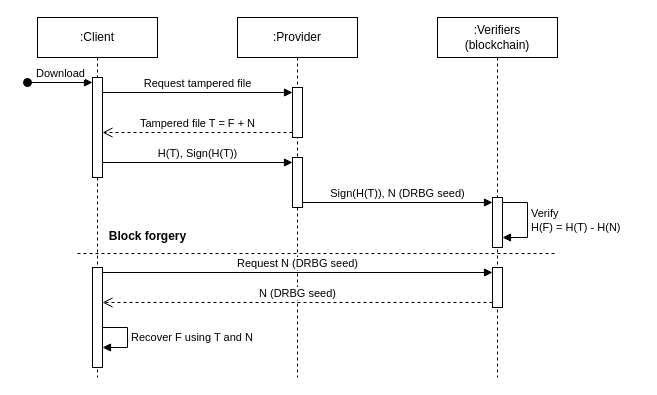
The draw.io diagram docs/diagrams/fhe-pdpr-seq.drawio in titosilva/drm-blockchain, before the edit. Source tidied: cells renumbered, new cells numbered last; positions are measured from the earlier drawing's top-left corner, leaving out a move shared by most shapes. Both pictures are drawn from the tidied source at 100%, with x=0, y=0 at pixel (27, 17).
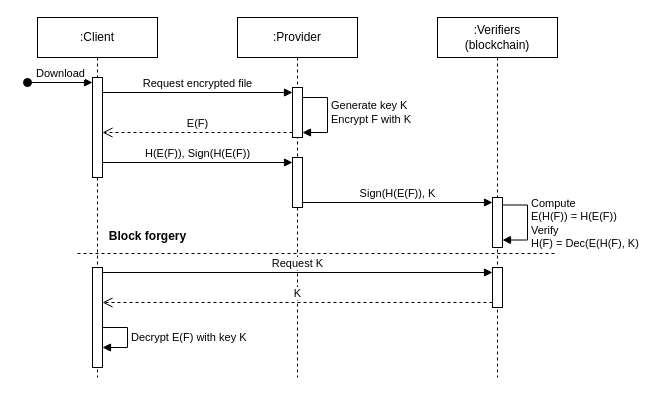
The same diagram, later.

The change refers to these unchanged cells:
```xml
<mxCell id="2" value=":Provider" style="shape=umlLifeline;perimeter=lifelinePerimeter;whiteSpace=wrap;html=1;newEdgeStyle={&quot;edgeStyle&quot;:&quot;elbowEdgeStyle&quot;,&quot;elbow&quot;:&quot;vertical&quot;,&quot;curved&quot;:0,&quot;rounded&quot;:0};" parent="1" vertex="1">
  <mxGeometry x="210" width="120" height="360" as="geometry" />
</mxCell>
<mxCell id="3" style="html=1;points=[[0,0,0,0,5],[0,1,0,0,-5],[1,0,0,0,5],[1,1,0,0,-5]];perimeter=orthogonalPerimeter;outlineConnect=0;targetShapes=umlLifeline;portConstraint=eastwest;newEdgeStyle={&quot;curved&quot;:0,&quot;rounded&quot;:0};" parent="2" vertex="1">
  <mxGeometry x="55" y="70" width="10" height="50" as="geometry" />
</mxCell>
<mxCell id="4" style="html=1;points=[[0,0,0,0,5],[0,1,0,0,-5],[1,0,0,0,5],[1,1,0,0,-5]];perimeter=orthogonalPerimeter;outlineConnect=0;targetShapes=umlLifeline;portConstraint=eastwest;newEdgeStyle={&quot;curved&quot;:0,&quot;rounded&quot;:0};" parent="2" vertex="1">
  <mxGeometry x="55" y="140" width="10" height="50" as="geometry" />
</mxCell>
<mxCell id="6" style="html=1;points=[[0,0,0,0,5],[0,1,0,0,-5],[1,0,0,0,5],[1,1,0,0,-5]];perimeter=orthogonalPerimeter;outlineConnect=0;targetShapes=umlLifeline;portConstraint=eastwest;newEdgeStyle={&quot;curved&quot;:0,&quot;rounded&quot;:0};" parent="5" vertex="1">
  <mxGeometry x="55" y="60" width="10" height="100" as="geometry" />
</mxCell>
<mxCell id="7" value=":Verifiers&lt;br&gt;(blockchain)" style="shape=umlLifeline;perimeter=lifelinePerimeter;whiteSpace=wrap;html=1;newEdgeStyle={&quot;edgeStyle&quot;:&quot;elbowEdgeStyle&quot;,&quot;elbow&quot;:&quot;vertical&quot;,&quot;curved&quot;:0,&quot;rounded&quot;:0};" parent="1" vertex="1">
  <mxGeometry x="410" width="120" height="360" as="geometry" />
</mxCell>
<mxCell id="8" style="html=1;points=[[0,0,0,0,5],[0,1,0,0,-5],[1,0,0,0,5],[1,1,0,0,-5]];perimeter=orthogonalPerimeter;outlineConnect=0;targetShapes=umlLifeline;portConstraint=eastwest;newEdgeStyle={&quot;curved&quot;:0,&quot;rounded&quot;:0};" parent="7" vertex="1">
  <mxGeometry x="55" y="180" width="10" height="50" as="geometry" />
</mxCell>
<mxCell id="10" style="html=1;points=[[0,0,0,0,5],[0,1,0,0,-5],[1,0,0,0,5],[1,1,0,0,-5]];perimeter=orthogonalPerimeter;outlineConnect=0;targetShapes=umlLifeline;portConstraint=eastwest;newEdgeStyle={&quot;curved&quot;:0,&quot;rounded&quot;:0};" parent="7" vertex="1">
  <mxGeometry x="55" y="250" width="10" height="40" as="geometry" />
</mxCell>
<mxCell id="19" style="html=1;points=[[0,0,0,0,5],[0,1,0,0,-5],[1,0,0,0,5],[1,1,0,0,-5]];perimeter=orthogonalPerimeter;outlineConnect=0;targetShapes=umlLifeline;portConstraint=eastwest;newEdgeStyle={&quot;curved&quot;:0,&quot;rounded&quot;:0};" parent="1" vertex="1">
  <mxGeometry x="65" y="250" width="10" height="100" as="geometry" />
</mxCell>
```

Change to the diagram source:
```diff
@@
+    <mxCell id="22" value="Generate key K&lt;br&gt;Encrypt F with K" style="html=1;align=left;spacingLeft=2;endArrow=block;rounded=0;edgeStyle=orthogonalEdgeStyle;curved=0;rounded=0;exitX=1;exitY=0;exitDx=0;exitDy=5;exitPerimeter=0;entryX=1;entryY=1;entryDx=0;entryDy=-5;entryPerimeter=0;" parent="2" edge="1" source="3" target="3">
+      <mxGeometry relative="1" as="geometry">
+        <Array as="points">
+          <mxPoint x="65" y="80" />
+          <mxPoint x="90" y="80" />
+          <mxPoint x="90" y="115" />
+        </Array>
+      </mxGeometry>
+    </mxCell>
@@
-    <mxCell id="9" value="Verify&lt;br&gt;H(F) = H(T) - H(N)" style="html=1;align=left;spacingLeft=2;endArrow=block;rounded=0;edgeStyle=orthogonalEdgeStyle;curved=0;rounded=0;exitX=1;exitY=0;exitDx=0;exitDy=5;exitPerimeter=0;" parent="7" edge="1" source="8" target="8">
+    <mxCell id="9" value="Compute&lt;br&gt;E(H(F)) = H(E(F))&lt;br&gt;Verify&lt;br&gt;H(F) = Dec(E(H(F), K)" style="html=1;align=left;spacingLeft=2;endArrow=block;rounded=0;edgeStyle=orthogonalEdgeStyle;curved=0;rounded=0;exitX=1;exitY=0;exitDx=0;exitDy=5;exitPerimeter=0;" parent="7" edge="1">
       <mxGeometry relative="1" as="geometry">
+        <mxPoint x="65" y="187.5" as="sourcePoint" />
+        <mxPoint x="65" y="222.5" as="targetPoint" />
         <Array as="points">
-          <mxPoint x="90" y="185" />
-          <mxPoint x="90" y="220" />
+          <mxPoint x="90" y="187.5" />
+          <mxPoint x="90" y="222.5" />
         </Array>
       </mxGeometry>
     </mxCell>
@@
-    <mxCell id="12" value="Request tampered file" style="html=1;verticalAlign=bottom;endArrow=block;curved=0;rounded=0;entryX=0;entryY=0;entryDx=0;entryDy=5;" parent="1" edge="1" source="6" target="3">
+    <mxCell id="12" value="Request encrypted file" style="html=1;verticalAlign=bottom;endArrow=block;curved=0;rounded=0;entryX=0;entryY=0;entryDx=0;entryDy=5;" parent="1" edge="1" source="6" target="3">
       <mxGeometry relative="1" as="geometry" />
     </mxCell>
-    <mxCell id="13" value="Tampered file T = F + N" style="html=1;verticalAlign=bottom;endArrow=open;dashed=1;endSize=8;curved=0;rounded=0;exitX=0;exitY=1;exitDx=0;exitDy=-5;" parent="1" edge="1" source="3" target="6">
+    <mxCell id="13" value="E(F)" style="html=1;verticalAlign=bottom;endArrow=open;dashed=1;endSize=8;curved=0;rounded=0;exitX=0;exitY=1;exitDx=0;exitDy=-5;" parent="1" edge="1" source="3" target="6">
       <mxGeometry relative="1" as="geometry" />
     </mxCell>
-    <mxCell id="14" value="H(T), Sign(H(T))" style="html=1;verticalAlign=bottom;endArrow=block;curved=0;rounded=0;entryX=0;entryY=0;entryDx=0;entryDy=5;entryPerimeter=0;" parent="1" edge="1" source="6" target="4">
+    <mxCell id="14" value="H(E(F)), Sign(H(E(F))" style="html=1;verticalAlign=bottom;endArrow=block;curved=0;rounded=0;entryX=0;entryY=0;entryDx=0;entryDy=5;entryPerimeter=0;" parent="1" edge="1" source="6" target="4">
       <mxGeometry relative="1" as="geometry" />
     </mxCell>
-    <mxCell id="15" value="Sign(H(T)), N (DRBG seed)" style="html=1;verticalAlign=bottom;endArrow=block;curved=0;rounded=0;entryX=0;entryY=0;entryDx=0;entryDy=5;entryPerimeter=0;" parent="1" edge="1" source="4" target="8">
+    <mxCell id="15" value="Sign(H(E(F)), K" style="html=1;verticalAlign=bottom;endArrow=block;curved=0;rounded=0;entryX=0;entryY=0;entryDx=0;entryDy=5;entryPerimeter=0;" parent="1" edge="1" source="4" target="8">
       <mxGeometry relative="1" as="geometry" />
     </mxCell>
@@
-    <mxCell id="18" value="Request N (DRBG seed)" style="html=1;verticalAlign=bottom;endArrow=block;curved=0;rounded=0;entryX=0;entryY=0;entryDx=0;entryDy=5;exitX=1;exitY=0;exitDx=0;exitDy=5;exitPerimeter=0;" parent="1" edge="1" source="19" target="10">
+    <mxCell id="18" value="Request K" style="html=1;verticalAlign=bottom;endArrow=block;curved=0;rounded=0;entryX=0;entryY=0;entryDx=0;entryDy=5;exitX=1;exitY=0;exitDx=0;exitDy=5;exitPerimeter=0;" parent="1" edge="1" source="19" target="10">
       <mxGeometry relative="1" as="geometry" />
     </mxCell>
@@
-    <mxCell id="20" value="N (DRBG seed)" style="html=1;verticalAlign=bottom;endArrow=open;dashed=1;endSize=8;curved=0;rounded=0;exitX=0;exitY=1;exitDx=0;exitDy=-5;" parent="1" edge="1" source="10" target="19">
+    <mxCell id="20" value="K" style="html=1;verticalAlign=bottom;endArrow=open;dashed=1;endSize=8;curved=0;rounded=0;exitX=0;exitY=1;exitDx=0;exitDy=-5;" parent="1" edge="1" source="10" target="19">
       <mxGeometry relative="1" as="geometry" />
     </mxCell>
-    <mxCell id="21" value="Recover F using T and N" style="html=1;align=left;spacingLeft=2;endArrow=block;rounded=0;edgeStyle=orthogonalEdgeStyle;curved=0;rounded=0;" parent="1" edge="1">
+    <mxCell id="21" value="Decrypt E(F) with key K" style="html=1;align=left;spacingLeft=2;endArrow=block;rounded=0;edgeStyle=orthogonalEdgeStyle;curved=0;rounded=0;" parent="1" edge="1">
       <mxGeometry relative="1" as="geometry">
         <mxPoint x="75" y="310" as="sourcePoint" />
         <mxPoint x="75" y="330" as="targetPoint" />
         <Array as="points">
           <mxPoint x="100" y="310" />
           <mxPoint x="100" y="330" />
         </Array>
       </mxGeometry>
     </mxCell>
```
